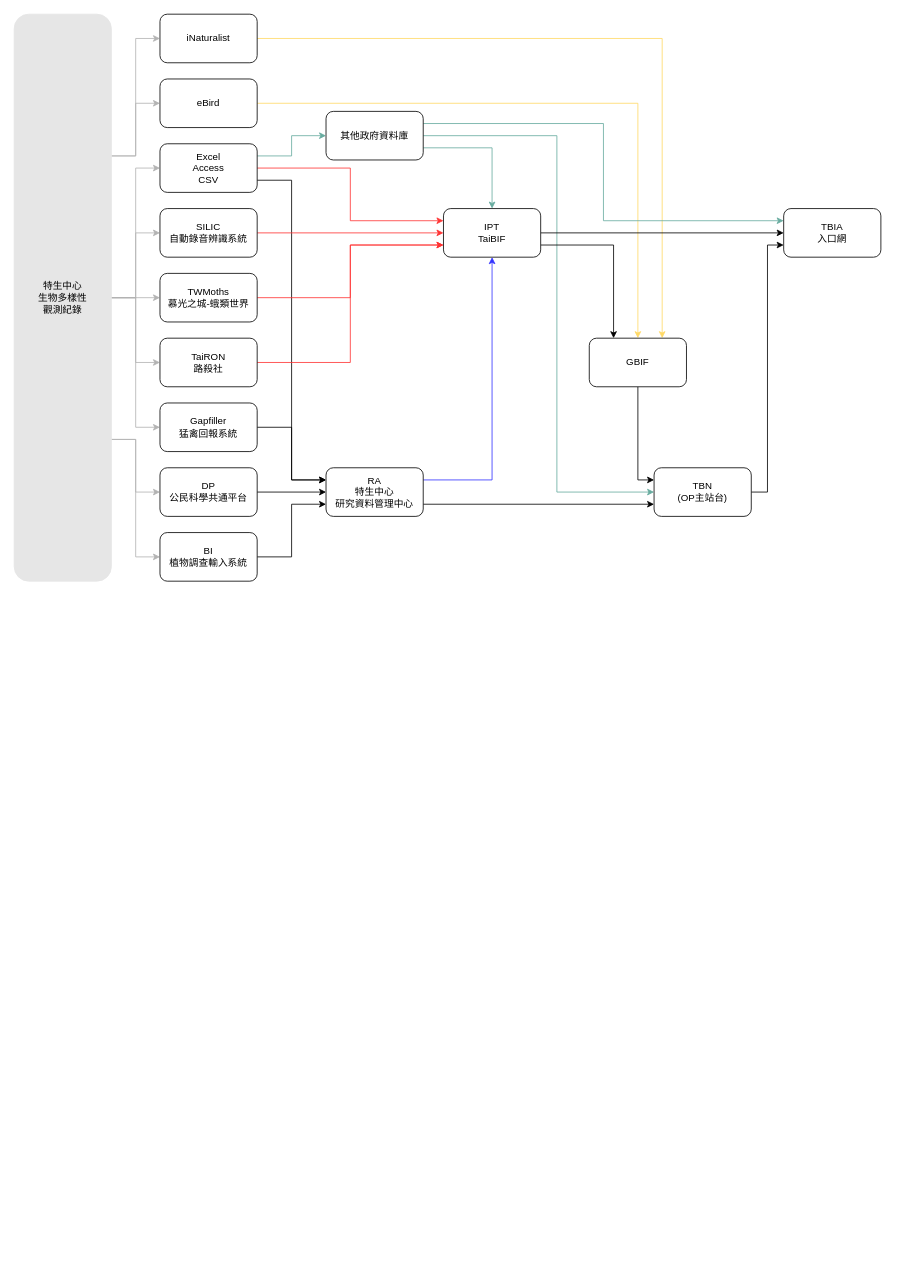
This is Untitled Diagram2.drawio from jerome-cjko/foolingAround, a draw.io file, before an edit. Source tidied: cells renumbered, new cells numbered last; positions are measured from the earlier drawing's top-left corner, leaving out a move shared by most shapes. Both pictures are drawn from the tidied source at 81%, with x=0, y=0 at pixel (14, 14).
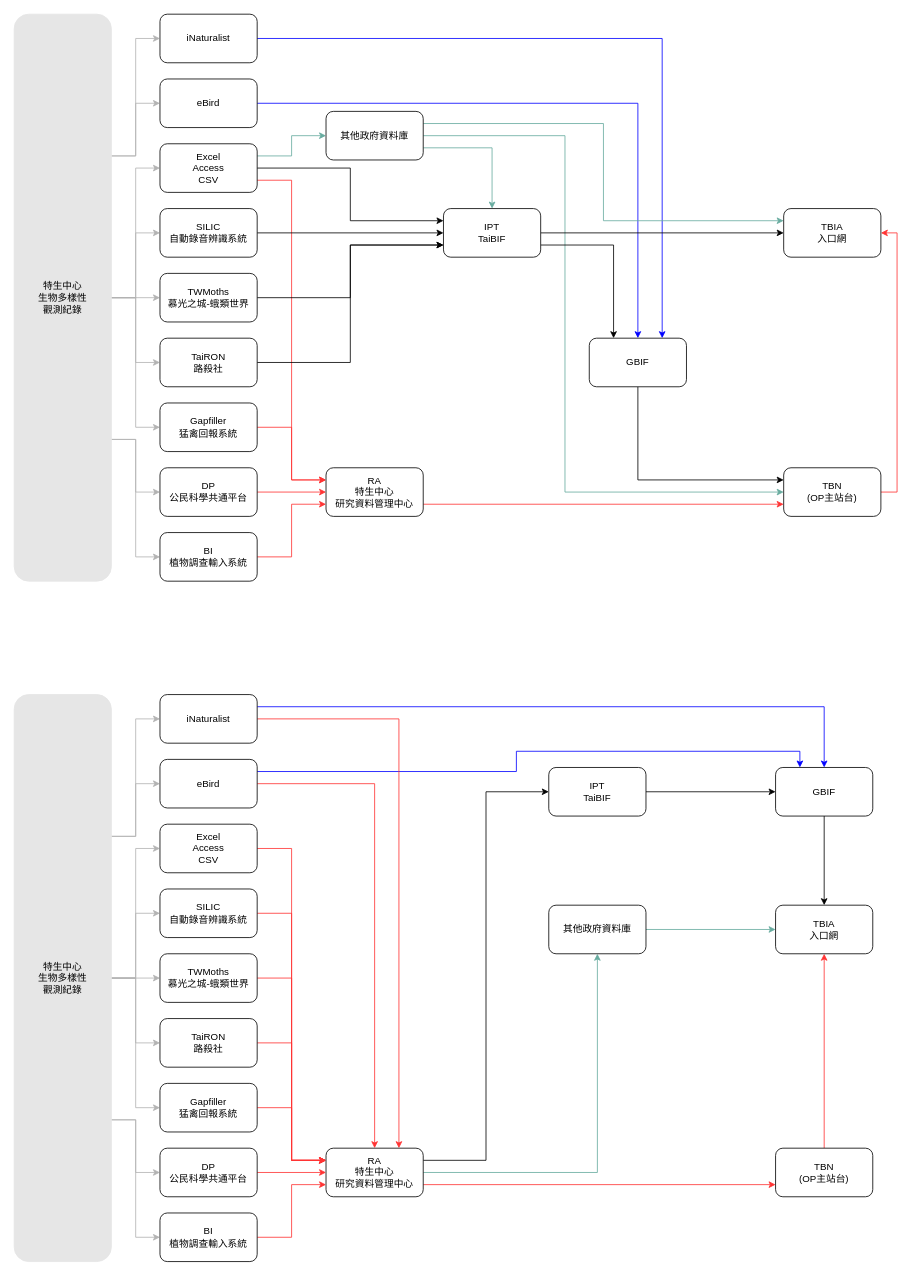
After the change.

The change refers to these unchanged cells:
```xml
<mxCell id="15" value="&lt;div&gt;Excel&lt;/div&gt;&lt;div&gt;Access&lt;/div&gt;&lt;div&gt;CSV&lt;br&gt;&lt;/div&gt;" style="rounded=1;whiteSpace=wrap;html=1;" parent="1" vertex="1">
  <mxGeometry x="180" y="160" width="120" height="60" as="geometry" />
</mxCell>
<mxCell id="17" value="&lt;div&gt;DP&lt;/div&gt;公民科學共通平台" style="rounded=1;whiteSpace=wrap;html=1;" parent="1" vertex="1">
  <mxGeometry x="180" y="560" width="120" height="60" as="geometry" />
</mxCell>
<mxCell id="19" value="&lt;div&gt;BI&lt;/div&gt;植物調查輸入系統" style="rounded=1;whiteSpace=wrap;html=1;" parent="1" vertex="1">
  <mxGeometry x="180" y="640" width="120" height="60" as="geometry" />
</mxCell>
<mxCell id="21" value="&lt;div&gt;Gapfiller&lt;/div&gt;&lt;div&gt;猛禽回報系統&lt;br&gt;&lt;/div&gt;" style="rounded=1;whiteSpace=wrap;html=1;" parent="1" vertex="1">
  <mxGeometry x="180" y="480" width="120" height="60" as="geometry" />
</mxCell>
<mxCell id="23" value="&lt;div&gt;SILIC&lt;/div&gt;自動錄音辨識系統" style="rounded=1;whiteSpace=wrap;html=1;" parent="1" vertex="1">
  <mxGeometry x="180" y="240" width="120" height="60" as="geometry" />
</mxCell>
<mxCell id="25" value="&lt;div&gt;TWMoths&lt;/div&gt;&lt;div&gt;慕光之城-蛾類世界&lt;br&gt;&lt;/div&gt;" style="rounded=1;whiteSpace=wrap;html=1;" parent="1" vertex="1">
  <mxGeometry x="180" y="320" width="120" height="60" as="geometry" />
</mxCell>
<mxCell id="27" value="&lt;div&gt;eBird&lt;/div&gt;" style="rounded=1;whiteSpace=wrap;html=1;" parent="1" vertex="1">
  <mxGeometry x="180" y="80" width="120" height="60" as="geometry" />
</mxCell>
<mxCell id="29" value="iNaturalist" style="rounded=1;whiteSpace=wrap;html=1;" parent="1" vertex="1">
  <mxGeometry x="180" width="120" height="60" as="geometry" />
</mxCell>
<mxCell id="32" value="&lt;div&gt;RA&lt;/div&gt;&lt;div&gt;特生中心&lt;/div&gt;&lt;div&gt;研究資料管理中心&lt;br&gt;&lt;/div&gt;" style="rounded=1;whiteSpace=wrap;html=1;" parent="1" vertex="1">
  <mxGeometry x="385" y="560" width="120" height="60" as="geometry" />
</mxCell>
<mxCell id="36" value="其他政府資料庫" style="rounded=1;whiteSpace=wrap;html=1;" parent="1" vertex="1">
  <mxGeometry x="385" y="120" width="120" height="60" as="geometry" />
</mxCell>
<mxCell id="39" value="&lt;div&gt;IPT&lt;/div&gt;&lt;div&gt;TaiBIF&lt;br&gt;&lt;/div&gt;" style="rounded=1;whiteSpace=wrap;html=1;" parent="1" vertex="1">
  <mxGeometry x="530" y="240" width="120" height="60" as="geometry" />
</mxCell>
<mxCell id="43" value="GBIF" style="rounded=1;whiteSpace=wrap;html=1;" parent="1" vertex="1">
  <mxGeometry x="710" y="400" width="120" height="60" as="geometry" />
</mxCell>
<mxCell id="44" value="&lt;div&gt;TBIA&lt;/div&gt;入口網" style="rounded=1;whiteSpace=wrap;html=1;" parent="1" vertex="1">
  <mxGeometry x="950" y="240" width="120" height="60" as="geometry" />
</mxCell>
<mxCell id="46" value="&lt;div&gt;TaiRON&lt;/div&gt;&lt;div&gt;路殺社&lt;br&gt;&lt;/div&gt;" style="rounded=1;whiteSpace=wrap;html=1;" parent="1" vertex="1">
  <mxGeometry x="180" y="400" width="120" height="60" as="geometry" />
</mxCell>
```

Change to the diagram source:
```diff
@@
-    <mxCell id="12" style="edgeStyle=orthogonalEdgeStyle;rounded=0;jettySize=auto;html=1;exitX=1;exitY=0.75;exitDx=0;exitDy=0;entryX=0;entryY=0.25;entryDx=0;entryDy=0;strokeColor=#000000;" parent="1" edge="1" source="15" target="32">
+    <mxCell id="12" style="edgeStyle=orthogonalEdgeStyle;rounded=0;jettySize=auto;html=1;exitX=1;exitY=0.75;exitDx=0;exitDy=0;entryX=0;entryY=0.25;entryDx=0;entryDy=0;strokeColor=#FF3333;" parent="1" edge="1" source="15" target="32">
       <mxGeometry relative="1" as="geometry" />
     </mxCell>
@@
-    <mxCell id="14" style="edgeStyle=orthogonalEdgeStyle;rounded=0;jettySize=auto;html=1;exitX=1;exitY=0.5;exitDx=0;exitDy=0;entryX=0;entryY=0.25;entryDx=0;entryDy=0;strokeColor=#FF3333;" parent="1" edge="1" source="15" target="39">
+    <mxCell id="14" style="edgeStyle=orthogonalEdgeStyle;rounded=0;jettySize=auto;html=1;exitX=1;exitY=0.5;exitDx=0;exitDy=0;entryX=0;entryY=0.25;entryDx=0;entryDy=0;strokeColor=#000000;" parent="1" edge="1" source="15" target="39">
       <mxGeometry relative="1" as="geometry" />
     </mxCell>
@@
-    <mxCell id="16" style="edgeStyle=orthogonalEdgeStyle;rounded=0;jettySize=auto;html=1;exitX=1;exitY=0.5;exitDx=0;exitDy=0;entryX=0;entryY=0.5;entryDx=0;entryDy=0;" parent="1" edge="1" source="17" target="32">
+    <mxCell id="16" style="edgeStyle=orthogonalEdgeStyle;rounded=0;jettySize=auto;html=1;exitX=1;exitY=0.5;exitDx=0;exitDy=0;entryX=0;entryY=0.5;entryDx=0;entryDy=0;strokeColor=#FF3333;" parent="1" edge="1" source="17" target="32">
       <mxGeometry relative="1" as="geometry" />
     </mxCell>
@@
-    <mxCell id="18" style="edgeStyle=orthogonalEdgeStyle;rounded=0;jettySize=auto;html=1;exitX=1;exitY=0.5;exitDx=0;exitDy=0;entryX=0;entryY=0.75;entryDx=0;entryDy=0;" parent="1" edge="1" source="19" target="32">
+    <mxCell id="18" style="edgeStyle=orthogonalEdgeStyle;rounded=0;jettySize=auto;html=1;exitX=1;exitY=0.5;exitDx=0;exitDy=0;entryX=0;entryY=0.75;entryDx=0;entryDy=0;strokeColor=#FF3333;" parent="1" edge="1" source="19" target="32">
       <mxGeometry relative="1" as="geometry" />
     </mxCell>
@@
-    <mxCell id="20" style="edgeStyle=orthogonalEdgeStyle;rounded=0;jettySize=auto;html=1;exitX=1;exitY=0.5;exitDx=0;exitDy=0;entryX=0;entryY=0.25;entryDx=0;entryDy=0;" parent="1" edge="1" source="21" target="32">
+    <mxCell id="20" style="edgeStyle=orthogonalEdgeStyle;rounded=0;jettySize=auto;html=1;exitX=1;exitY=0.5;exitDx=0;exitDy=0;entryX=0;entryY=0.25;entryDx=0;entryDy=0;strokeColor=#FF3333;" parent="1" edge="1" source="21" target="32">
       <mxGeometry relative="1" as="geometry" />
     </mxCell>
@@
-    <mxCell id="22" style="edgeStyle=orthogonalEdgeStyle;rounded=0;jettySize=auto;html=1;exitX=1;exitY=0.5;exitDx=0;exitDy=0;entryX=0;entryY=0.5;entryDx=0;entryDy=0;strokeColor=#FF3333;" parent="1" edge="1" source="23" target="39">
+    <mxCell id="22" style="edgeStyle=orthogonalEdgeStyle;rounded=0;jettySize=auto;html=1;exitX=1;exitY=0.5;exitDx=0;exitDy=0;entryX=0;entryY=0.5;entryDx=0;entryDy=0;strokeColor=#000000;" parent="1" edge="1" source="23" target="39">
       <mxGeometry relative="1" as="geometry" />
     </mxCell>
@@
-    <mxCell id="24" style="edgeStyle=orthogonalEdgeStyle;rounded=0;jettySize=auto;html=1;exitX=1;exitY=0.5;exitDx=0;exitDy=0;entryX=0;entryY=0.75;entryDx=0;entryDy=0;strokeColor=#FF3333;" parent="1" edge="1" source="25" target="39">
+    <mxCell id="24" style="edgeStyle=orthogonalEdgeStyle;rounded=0;jettySize=auto;html=1;exitX=1;exitY=0.5;exitDx=0;exitDy=0;entryX=0;entryY=0.75;entryDx=0;entryDy=0;strokeColor=#000000;" parent="1" edge="1" source="25" target="39">
       <mxGeometry relative="1" as="geometry" />
     </mxCell>
@@
-    <mxCell id="26" style="edgeStyle=orthogonalEdgeStyle;rounded=0;jettySize=auto;html=1;exitX=1;exitY=0.5;exitDx=0;exitDy=0;entryX=0.5;entryY=0;entryDx=0;entryDy=0;strokeColor=#FFD966;" parent="1" edge="1" source="27" target="43">
+    <mxCell id="26" style="edgeStyle=orthogonalEdgeStyle;rounded=0;jettySize=auto;html=1;exitX=1;exitY=0.5;exitDx=0;exitDy=0;entryX=0.5;entryY=0;entryDx=0;entryDy=0;strokeColor=#0000FF;" parent="1" edge="1" source="27" target="43">
       <mxGeometry relative="1" as="geometry" />
     </mxCell>
@@
-    <mxCell id="28" style="edgeStyle=orthogonalEdgeStyle;rounded=0;jettySize=auto;html=1;exitX=1;exitY=0.5;exitDx=0;exitDy=0;entryX=0.75;entryY=0;entryDx=0;entryDy=0;strokeColor=#FFD966;" parent="1" edge="1" source="29" target="43">
+    <mxCell id="28" style="edgeStyle=orthogonalEdgeStyle;rounded=0;jettySize=auto;html=1;exitX=1;exitY=0.5;exitDx=0;exitDy=0;entryX=0.75;entryY=0;entryDx=0;entryDy=0;strokeColor=#0000FF;" parent="1" edge="1" source="29" target="43">
       <mxGeometry relative="1" as="geometry" />
     </mxCell>
@@
-    <mxCell id="30" style="edgeStyle=orthogonalEdgeStyle;rounded=0;jettySize=auto;html=1;entryX=0;entryY=0.75;entryDx=0;entryDy=0;exitX=1;exitY=0.75;exitDx=0;exitDy=0;" parent="1" edge="1" source="32" target="41">
+    <mxCell id="30" style="edgeStyle=orthogonalEdgeStyle;rounded=0;jettySize=auto;html=1;entryX=0;entryY=0.75;entryDx=0;entryDy=0;exitX=1;exitY=0.75;exitDx=0;exitDy=0;strokeColor=#FF3333;" parent="1" edge="1" source="32" target="41">
       <mxGeometry relative="1" as="geometry" />
     </mxCell>
-    <mxCell id="31" style="edgeStyle=orthogonalEdgeStyle;rounded=0;jettySize=auto;html=1;exitX=1;exitY=0.25;exitDx=0;exitDy=0;entryX=0.5;entryY=1;entryDx=0;entryDy=0;strokeColor=#3333FF;shadow=0;" parent="1" edge="1" source="32" target="39">
-      <mxGeometry relative="1" as="geometry" />
-    </mxCell>
@@
-    <mxCell id="35" style="edgeStyle=orthogonalEdgeStyle;rounded=0;jettySize=auto;html=1;exitX=1;exitY=0.5;exitDx=0;exitDy=0;entryX=0;entryY=0.5;entryDx=0;entryDy=0;shadow=0;strokeColor=#67AB9F;fillColor=#FFB366;" parent="1" edge="1" source="36" target="41">
+    <mxCell id="35" style="edgeStyle=orthogonalEdgeStyle;rounded=0;jettySize=auto;html=1;exitX=1;exitY=0.5;exitDx=0;exitDy=0;entryX=0;entryY=0.5;entryDx=0;entryDy=0;strokeColor=#67AB9F;" parent="1" edge="1" source="36" target="41">
       <mxGeometry relative="1" as="geometry">
         <Array as="points">
-          <mxPoint x="670" y="150" />
-          <mxPoint x="670" y="590" />
+          <mxPoint x="680" y="150" />
+          <mxPoint x="680" y="590" />
         </Array>
       </mxGeometry>
     </mxCell>
@@
-    <mxCell id="40" style="edgeStyle=orthogonalEdgeStyle;rounded=0;jettySize=auto;html=1;exitX=1;exitY=0.5;exitDx=0;exitDy=0;entryX=0;entryY=0.75;entryDx=0;entryDy=0;" parent="1" edge="1" source="41" target="44">
+    <mxCell id="40" style="edgeStyle=orthogonalEdgeStyle;rounded=0;jettySize=auto;html=1;exitX=1;exitY=0.5;exitDx=0;exitDy=0;entryX=1;entryY=0.5;entryDx=0;entryDy=0;strokeColor=#FF3333;" parent="1" edge="1" source="41" target="44">
       <mxGeometry relative="1" as="geometry" />
     </mxCell>
     <mxCell id="41" value="&lt;div&gt;TBN&lt;/div&gt;&lt;div&gt;(OP主站台)&lt;br&gt;&lt;/div&gt;" style="rounded=1;whiteSpace=wrap;html=1;" parent="1" vertex="1">
-      <mxGeometry x="790" y="560" width="120" height="60" as="geometry" />
+      <mxGeometry x="950" y="560" width="120" height="60" as="geometry" />
     </mxCell>
-    <mxCell id="42" style="edgeStyle=orthogonalEdgeStyle;rounded=0;jettySize=auto;html=1;exitX=0.5;exitY=1;exitDx=0;exitDy=0;entryX=0;entryY=0.25;entryDx=0;entryDy=0;" parent="1" edge="1" source="43" target="41">
+    <mxCell id="42" style="edgeStyle=orthogonalEdgeStyle;rounded=0;jettySize=auto;html=1;exitX=0.5;exitY=1;exitDx=0;exitDy=0;entryX=0;entryY=0.25;entryDx=0;entryDy=0;strokeColor=#000000;" parent="1" edge="1" source="43" target="41">
       <mxGeometry relative="1" as="geometry" />
     </mxCell>
@@
-    <mxCell id="45" style="edgeStyle=orthogonalEdgeStyle;rounded=0;jettySize=auto;html=1;exitX=1;exitY=0.5;exitDx=0;exitDy=0;entryX=0;entryY=0.75;entryDx=0;entryDy=0;strokeColor=#FF3333;" parent="1" edge="1" source="46" target="39">
+    <mxCell id="45" style="edgeStyle=orthogonalEdgeStyle;rounded=0;jettySize=auto;html=1;exitX=1;exitY=0.5;exitDx=0;exitDy=0;entryX=0;entryY=0.75;entryDx=0;entryDy=0;strokeColor=#000000;" parent="1" edge="1" source="46" target="39">
       <mxGeometry relative="1" as="geometry" />
     </mxCell>
@@
+    <mxCell id="47" style="edgeStyle=orthogonalEdgeStyle;rounded=0;jettySize=auto;html=1;exitX=1;exitY=0.25;exitDx=0;exitDy=0;entryX=0;entryY=0.5;entryDx=0;entryDy=0;shadow=0;strokeColor=#B3B3B3;fillColor=#FFB366;" parent="1" edge="1" source="56" target="74">
+      <mxGeometry relative="1" as="geometry" />
+    </mxCell>
+    <mxCell id="48" style="edgeStyle=orthogonalEdgeStyle;rounded=0;jettySize=auto;html=1;exitX=1;exitY=0.25;exitDx=0;exitDy=0;shadow=0;strokeColor=#B3B3B3;fillColor=#FFB366;" parent="1" edge="1" source="56" target="71">
+      <mxGeometry relative="1" as="geometry" />
+    </mxCell>
+    <mxCell id="49" style="edgeStyle=orthogonalEdgeStyle;rounded=0;jettySize=auto;html=1;exitX=1;exitY=0.5;exitDx=0;exitDy=0;entryX=0;entryY=0.5;entryDx=0;entryDy=0;shadow=0;strokeColor=#B3B3B3;fillColor=#FFB366;" parent="1" edge="1" source="56" target="58">
+      <mxGeometry relative="1" as="geometry" />
+    </mxCell>
+    <mxCell id="50" style="edgeStyle=orthogonalEdgeStyle;rounded=0;jettySize=auto;html=1;exitX=1;exitY=0.5;exitDx=0;exitDy=0;entryX=0;entryY=0.5;entryDx=0;entryDy=0;shadow=0;strokeColor=#B3B3B3;fillColor=#FFB366;" parent="1" edge="1" source="56" target="66">
+      <mxGeometry relative="1" as="geometry" />
+    </mxCell>
+    <mxCell id="51" style="edgeStyle=orthogonalEdgeStyle;rounded=0;jettySize=auto;html=1;exitX=1;exitY=0.5;exitDx=0;exitDy=0;shadow=0;strokeColor=#B3B3B3;fillColor=#FFB366;" parent="1" edge="1" source="56" target="68">
+      <mxGeometry relative="1" as="geometry" />
+    </mxCell>
+    <mxCell id="52" style="edgeStyle=orthogonalEdgeStyle;rounded=0;jettySize=auto;html=1;exitX=1;exitY=0.5;exitDx=0;exitDy=0;entryX=0;entryY=0.5;entryDx=0;entryDy=0;shadow=0;strokeColor=#B3B3B3;fillColor=#FFB366;" parent="1" edge="1" source="56" target="89">
+      <mxGeometry relative="1" as="geometry" />
+    </mxCell>
+    <mxCell id="53" style="edgeStyle=orthogonalEdgeStyle;rounded=0;jettySize=auto;html=1;exitX=1;exitY=0.5;exitDx=0;exitDy=0;entryX=0;entryY=0.5;entryDx=0;entryDy=0;shadow=0;strokeColor=#B3B3B3;fillColor=#FFB366;" parent="1" edge="1" source="56" target="64">
+      <mxGeometry relative="1" as="geometry" />
+    </mxCell>
+    <mxCell id="54" style="edgeStyle=orthogonalEdgeStyle;rounded=0;jettySize=auto;html=1;exitX=1;exitY=0.75;exitDx=0;exitDy=0;entryX=0;entryY=0.5;entryDx=0;entryDy=0;shadow=0;strokeColor=#B3B3B3;fillColor=#FFB366;" parent="1" edge="1" source="56" target="60">
+      <mxGeometry relative="1" as="geometry" />
+    </mxCell>
+    <mxCell id="55" style="edgeStyle=orthogonalEdgeStyle;rounded=0;jettySize=auto;html=1;exitX=1;exitY=0.75;exitDx=0;exitDy=0;shadow=0;strokeColor=#B3B3B3;fillColor=#FFB366;" parent="1" edge="1" source="56" target="62">
+      <mxGeometry relative="1" as="geometry" />
+    </mxCell>
+    <mxCell id="56" value="&lt;div&gt;特生中心&lt;/div&gt;&lt;div&gt;生物多樣性&lt;/div&gt;&lt;div&gt;觀測紀錄&lt;/div&gt;" style="rounded=1;whiteSpace=wrap;html=1;strokeColor=#E6E6E6;fillColor=#E6E6E6;" parent="1" vertex="1">
+      <mxGeometry y="840" width="120" height="700" as="geometry" />
+    </mxCell>
+    <mxCell id="57" style="edgeStyle=orthogonalEdgeStyle;rounded=0;jettySize=auto;html=1;exitX=1;exitY=0.5;exitDx=0;exitDy=0;entryX=0;entryY=0.25;entryDx=0;entryDy=0;strokeColor=#FF3333;" parent="1" edge="1" source="58" target="78">
+      <mxGeometry relative="1" as="geometry" />
+    </mxCell>
+    <mxCell id="58" value="&lt;div&gt;Excel&lt;/div&gt;&lt;div&gt;Access&lt;/div&gt;&lt;div&gt;CSV&lt;br&gt;&lt;/div&gt;" style="rounded=1;whiteSpace=wrap;html=1;" parent="1" vertex="1">
+      <mxGeometry x="180" y="1000" width="120" height="60" as="geometry" />
+    </mxCell>
+    <mxCell id="59" style="edgeStyle=orthogonalEdgeStyle;rounded=0;jettySize=auto;html=1;exitX=1;exitY=0.5;exitDx=0;exitDy=0;entryX=0;entryY=0.5;entryDx=0;entryDy=0;strokeColor=#FF3333;" parent="1" edge="1" source="60" target="78">
+      <mxGeometry relative="1" as="geometry" />
+    </mxCell>
+    <mxCell id="60" value="&lt;div&gt;DP&lt;/div&gt;公民科學共通平台" style="rounded=1;whiteSpace=wrap;html=1;" parent="1" vertex="1">
+      <mxGeometry x="180" y="1400" width="120" height="60" as="geometry" />
+    </mxCell>
+    <mxCell id="61" style="edgeStyle=orthogonalEdgeStyle;rounded=0;jettySize=auto;html=1;exitX=1;exitY=0.5;exitDx=0;exitDy=0;entryX=0;entryY=0.75;entryDx=0;entryDy=0;strokeColor=#FF3333;" parent="1" edge="1" source="62" target="78">
+      <mxGeometry relative="1" as="geometry" />
+    </mxCell>
+    <mxCell id="62" value="&lt;div&gt;BI&lt;/div&gt;植物調查輸入系統" style="rounded=1;whiteSpace=wrap;html=1;" parent="1" vertex="1">
+      <mxGeometry x="180" y="1480" width="120" height="60" as="geometry" />
+    </mxCell>
+    <mxCell id="63" style="edgeStyle=orthogonalEdgeStyle;rounded=0;jettySize=auto;html=1;exitX=1;exitY=0.5;exitDx=0;exitDy=0;entryX=0;entryY=0.25;entryDx=0;entryDy=0;strokeColor=#FF3333;" parent="1" edge="1" source="64" target="78">
+      <mxGeometry relative="1" as="geometry" />
+    </mxCell>
+    <mxCell id="64" value="&lt;div&gt;Gapfiller&lt;/div&gt;&lt;div&gt;猛禽回報系統&lt;br&gt;&lt;/div&gt;" style="rounded=1;whiteSpace=wrap;html=1;" parent="1" vertex="1">
+      <mxGeometry x="180" y="1320" width="120" height="60" as="geometry" />
+    </mxCell>
+    <mxCell id="65" style="edgeStyle=orthogonalEdgeStyle;rounded=0;jettySize=auto;html=1;exitX=1;exitY=0.5;exitDx=0;exitDy=0;entryX=0;entryY=0.25;entryDx=0;entryDy=0;strokeColor=#FF3333;" parent="1" edge="1" source="66" target="78">
+      <mxGeometry relative="1" as="geometry" />
+    </mxCell>
+    <mxCell id="66" value="&lt;div&gt;SILIC&lt;/div&gt;自動錄音辨識系統" style="rounded=1;whiteSpace=wrap;html=1;" parent="1" vertex="1">
+      <mxGeometry x="180" y="1080" width="120" height="60" as="geometry" />
+    </mxCell>
+    <mxCell id="67" style="edgeStyle=orthogonalEdgeStyle;rounded=0;jettySize=auto;html=1;exitX=1;exitY=0.5;exitDx=0;exitDy=0;entryX=0;entryY=0.25;entryDx=0;entryDy=0;strokeColor=#FF3333;" parent="1" edge="1" source="68" target="78">
+      <mxGeometry relative="1" as="geometry" />
+    </mxCell>
+    <mxCell id="68" value="&lt;div&gt;TWMoths&lt;/div&gt;&lt;div&gt;慕光之城-蛾類世界&lt;br&gt;&lt;/div&gt;" style="rounded=1;whiteSpace=wrap;html=1;" parent="1" vertex="1">
+      <mxGeometry x="180" y="1160" width="120" height="60" as="geometry" />
+    </mxCell>
+    <mxCell id="69" style="edgeStyle=orthogonalEdgeStyle;rounded=0;jettySize=auto;html=1;exitX=1;exitY=0.5;exitDx=0;exitDy=0;strokeColor=#FF3333;" parent="1" edge="1" source="71" target="78">
+      <mxGeometry relative="1" as="geometry" />
+    </mxCell>
+    <mxCell id="70" style="edgeStyle=orthogonalEdgeStyle;rounded=0;jettySize=auto;html=1;exitX=1;exitY=0.25;exitDx=0;exitDy=0;entryX=0.25;entryY=0;entryDx=0;entryDy=0;strokeColor=#0000FF;" parent="1" edge="1" source="71" target="86">
+      <mxGeometry relative="1" as="geometry" />
+    </mxCell>
+    <mxCell id="71" value="&lt;div&gt;eBird&lt;/div&gt;" style="rounded=1;whiteSpace=wrap;html=1;" parent="1" vertex="1">
+      <mxGeometry x="180" y="920" width="120" height="60" as="geometry" />
+    </mxCell>
+    <mxCell id="72" style="edgeStyle=orthogonalEdgeStyle;rounded=0;jettySize=auto;html=1;exitX=1;exitY=0.5;exitDx=0;exitDy=0;entryX=0.75;entryY=0;entryDx=0;entryDy=0;strokeColor=#FF3333;" parent="1" edge="1" source="74" target="78">
+      <mxGeometry relative="1" as="geometry" />
+    </mxCell>
+    <mxCell id="73" style="edgeStyle=orthogonalEdgeStyle;rounded=0;jettySize=auto;html=1;exitX=1;exitY=0.25;exitDx=0;exitDy=0;entryX=0.5;entryY=0;entryDx=0;entryDy=0;strokeColor=#0000FF;" parent="1" edge="1" source="74" target="86">
+      <mxGeometry relative="1" as="geometry" />
+    </mxCell>
+    <mxCell id="74" value="iNaturalist" style="rounded=1;whiteSpace=wrap;html=1;" parent="1" vertex="1">
+      <mxGeometry x="180" y="840" width="120" height="60" as="geometry" />
+    </mxCell>
+    <mxCell id="75" style="edgeStyle=orthogonalEdgeStyle;rounded=0;jettySize=auto;html=1;entryX=0;entryY=0.75;entryDx=0;entryDy=0;strokeColor=#FF3333;exitX=1;exitY=0.75;exitDx=0;exitDy=0;" parent="1" edge="1" source="78" target="84">
+      <mxGeometry relative="1" as="geometry" />
+    </mxCell>
+    <mxCell id="76" style="edgeStyle=orthogonalEdgeStyle;rounded=0;jettySize=auto;html=1;exitX=1;exitY=0.5;exitDx=0;exitDy=0;strokeColor=#67AB9F;" parent="1" edge="1" source="78" target="80">
+      <mxGeometry relative="1" as="geometry" />
+    </mxCell>
+    <mxCell id="77" style="edgeStyle=orthogonalEdgeStyle;rounded=0;jettySize=auto;html=1;exitX=1;exitY=0.25;exitDx=0;exitDy=0;entryX=0;entryY=0.5;entryDx=0;entryDy=0;" parent="1" edge="1" source="78" target="82">
+      <mxGeometry relative="1" as="geometry" />
+    </mxCell>
+    <mxCell id="78" value="&lt;div&gt;RA&lt;/div&gt;&lt;div&gt;特生中心&lt;/div&gt;&lt;div&gt;研究資料管理中心&lt;br&gt;&lt;/div&gt;" style="rounded=1;whiteSpace=wrap;html=1;" parent="1" vertex="1">
+      <mxGeometry x="385" y="1400" width="120" height="60" as="geometry" />
+    </mxCell>
+    <mxCell id="79" style="edgeStyle=orthogonalEdgeStyle;rounded=0;jettySize=auto;html=1;exitX=1;exitY=0.5;exitDx=0;exitDy=0;entryX=0;entryY=0.5;entryDx=0;entryDy=0;shadow=0;strokeColor=#67AB9F;fillColor=#FFB366;" parent="1" edge="1" source="80" target="87">
+      <mxGeometry relative="1" as="geometry" />
+    </mxCell>
+    <mxCell id="80" value="其他政府資料庫" style="rounded=1;whiteSpace=wrap;html=1;" parent="1" vertex="1">
+      <mxGeometry x="660" y="1100" width="120" height="60" as="geometry" />
+    </mxCell>
+    <mxCell id="81" style="edgeStyle=orthogonalEdgeStyle;rounded=0;jettySize=auto;html=1;exitX=1;exitY=0.5;exitDx=0;exitDy=0;shadow=0;strokeColor=#000000;fillColor=#FFB366;" parent="1" edge="1" source="82" target="86">
+      <mxGeometry relative="1" as="geometry" />
+    </mxCell>
+    <mxCell id="82" value="&lt;div&gt;IPT&lt;/div&gt;&lt;div&gt;TaiBIF&lt;br&gt;&lt;/div&gt;" style="rounded=1;whiteSpace=wrap;html=1;" parent="1" vertex="1">
+      <mxGeometry x="660" y="930" width="120" height="60" as="geometry" />
+    </mxCell>
+    <mxCell id="83" style="edgeStyle=orthogonalEdgeStyle;rounded=0;jettySize=auto;html=1;exitX=0.5;exitY=0;exitDx=0;exitDy=0;entryX=0.5;entryY=1;entryDx=0;entryDy=0;strokeColor=#FF3333;" parent="1" edge="1" source="84" target="87">
+      <mxGeometry relative="1" as="geometry" />
+    </mxCell>
+    <mxCell id="84" value="&lt;div&gt;TBN&lt;/div&gt;&lt;div&gt;(OP主站台)&lt;br&gt;&lt;/div&gt;" style="rounded=1;whiteSpace=wrap;html=1;" parent="1" vertex="1">
+      <mxGeometry x="940" y="1400" width="120" height="60" as="geometry" />
+    </mxCell>
+    <mxCell id="85" style="edgeStyle=orthogonalEdgeStyle;rounded=0;jettySize=auto;html=1;exitX=0.5;exitY=1;exitDx=0;exitDy=0;" parent="1" edge="1" source="86" target="87">
+      <mxGeometry relative="1" as="geometry" />
+    </mxCell>
+    <mxCell id="86" value="GBIF" style="rounded=1;whiteSpace=wrap;html=1;" parent="1" vertex="1">
+      <mxGeometry x="940" y="930" width="120" height="60" as="geometry" />
+    </mxCell>
+    <mxCell id="87" value="&lt;div&gt;TBIA&lt;/div&gt;入口網" style="rounded=1;whiteSpace=wrap;html=1;" parent="1" vertex="1">
+      <mxGeometry x="940" y="1100" width="120" height="60" as="geometry" />
+    </mxCell>
+    <mxCell id="88" style="edgeStyle=orthogonalEdgeStyle;rounded=0;jettySize=auto;html=1;exitX=1;exitY=0.5;exitDx=0;exitDy=0;entryX=0;entryY=0.25;entryDx=0;entryDy=0;strokeColor=#FF3333;" parent="1" edge="1" source="89" target="78">
+      <mxGeometry relative="1" as="geometry" />
+    </mxCell>
+    <mxCell id="89" value="&lt;div&gt;TaiRON&lt;/div&gt;&lt;div&gt;路殺社&lt;br&gt;&lt;/div&gt;" style="rounded=1;whiteSpace=wrap;html=1;" parent="1" vertex="1">
+      <mxGeometry x="180" y="1240" width="120" height="60" as="geometry" />
+    </mxCell>
```
